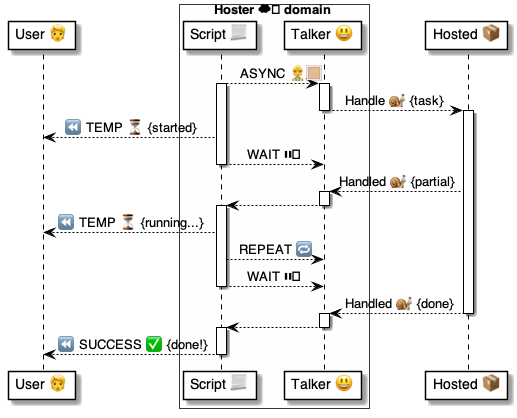
This is 4 ⚙️ Solution/35 💬 Chats/😃 Talkers/😃⏩ Talker flows/Async Tasks 😃⏩📦/😃 Async ⚙️ uml.png from pollyweb-org/pollyweb-docs, a PlantUML export, as it was before one commit. Its source is kept beside it as 4 ⚙️ Solution/35 💬 Chats/😃 Talkers/😃⏩ Talker flows/Async Tasks 😃⏩📦/😃 Async ⚙️ uml.puml.
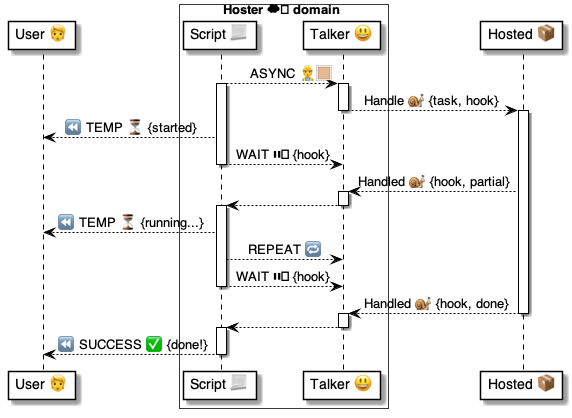
After the commit.

The edit, as a diff of the source:
```diff
@@ -11,16 +11,16 @@
 activate script
 activate talker
 
-talker --> hosted:  Handle 🐌 {task}
+talker --> hosted:  Handle 🐌 {task, hook}
 deactivate talker
 
 activate hosted
 script --> user: ⏪ TEMP ⏳ {started}
 
-script --> talker: WAIT ⏸️
+script --> talker: WAIT ⏸️ {hook}
 deactivate script
 
-hosted --> talker: Handled 🐌 {partial}
+hosted --> talker: Handled 🐌 {hook, partial}
 activate talker
     talker --> script:
 deactivate talker
@@ -28,10 +28,10 @@
 activate script
     script --> user: ⏪ TEMP ⏳ {running...}
     script --> talker: REPEAT 🔁
-    script --> talker: WAIT ⏸️
+    script --> talker: WAIT ⏸️ {hook}
 deactivate script
 
-    hosted --> talker: Handled 🐌 {done}
+    hosted --> talker: Handled 🐌 {hook, done}
 deactivate hosted
 
 activate talker
```
